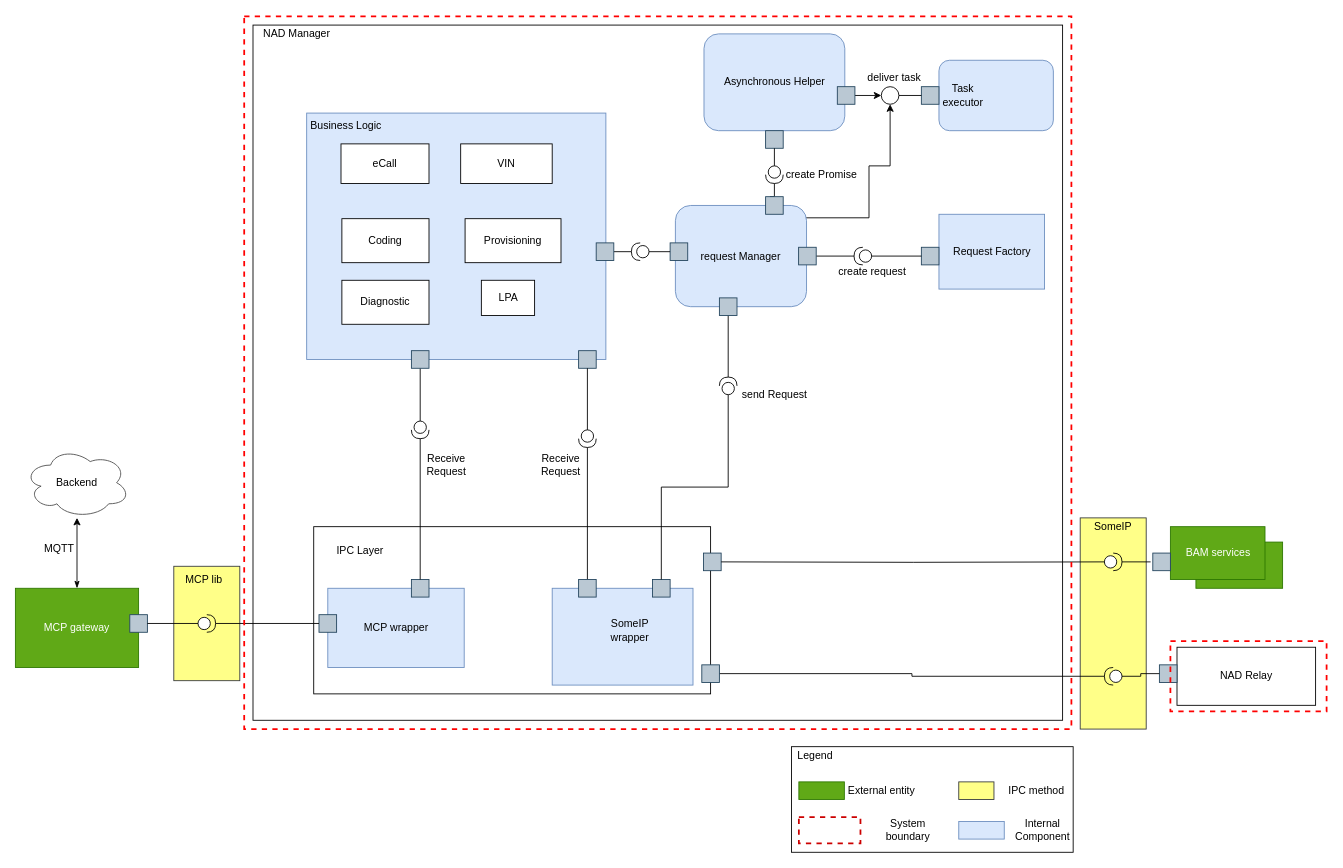
The draw.io diagram page "dynamic_2nd" (4 of 5) of doc/SA cert/Design/nadmanager.drawio in taikt/codefun, before the edit. Source tidied: cells renumbered, new cells numbered last; positions are measured from the earlier drawing's top-left corner, leaving out a move shared by most shapes. Both pictures are drawn from the tidied source at 88%, with x=0, y=0 at pixel (-55, -816).
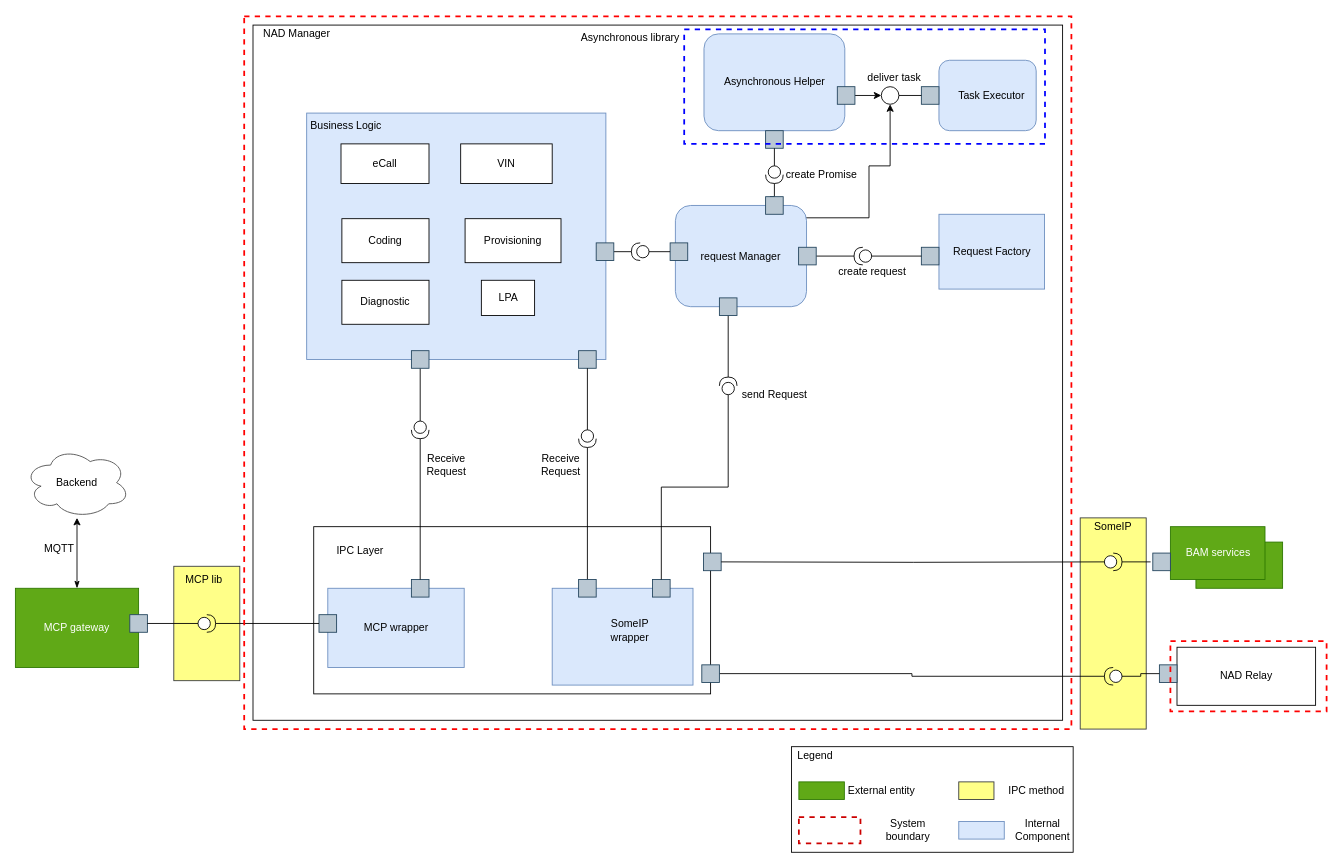
After the change.

Change to the diagram source:
```diff
@@
     <mxCell id="10" style="rounded=1;whiteSpace=wrap;html=1;fillColor=#dae8fc;strokeColor=#6c8ebf;" parent="1" vertex="1">
-      <mxGeometry x="1128.5" y="995" width="130" height="80" as="geometry" />
+      <mxGeometry x="1128.5" y="995" width="110.5" height="80" as="geometry" />
     </mxCell>
@@
-    <mxCell id="14" value="Task executor" style="text;html=1;strokeColor=none;fillColor=none;align=center;verticalAlign=middle;whiteSpace=wrap;rounded=0;" parent="1" vertex="1">
-      <mxGeometry x="1146.5" y="1025" width="18" height="20" as="geometry" />
+    <mxCell id="14" value="Task Executor" style="text;html=1;strokeColor=none;fillColor=none;align=center;verticalAlign=middle;whiteSpace=wrap;rounded=0;" parent="1" vertex="1">
+      <mxGeometry x="1146.5" y="1025" width="82.5" height="20" as="geometry" />
     </mxCell>
@@
+    <mxCell id="108" style="rounded=0;whiteSpace=wrap;html=1;fillColor=none;dashed=1;strokeWidth=2;strokeColor=#0000FF;" parent="1" vertex="1">
+      <mxGeometry x="839" y="960" width="410" height="130" as="geometry" />
+    </mxCell>
+    <mxCell id="109" value="Asynchronous library" style="text;html=1;strokeColor=none;fillColor=none;align=center;verticalAlign=middle;whiteSpace=wrap;rounded=0;dashed=1;" parent="1" vertex="1">
+      <mxGeometry x="712.5" y="960" width="130" height="20" as="geometry" />
+    </mxCell>
```
